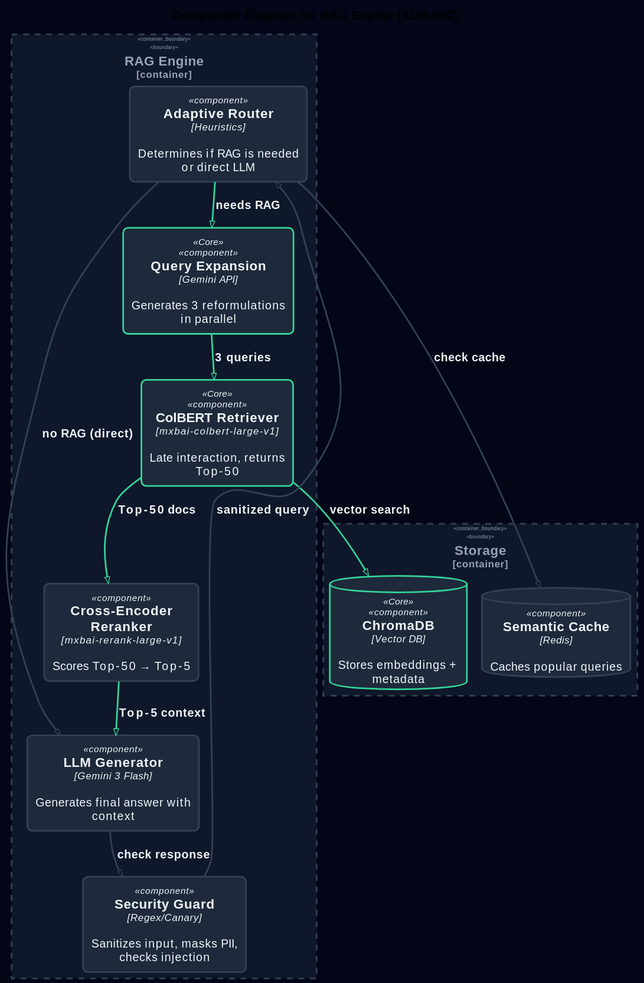
The PlantUML diagram docs/diagrams/img/component.svg in agredyaev/architecture-pro-quantum-forge, before a commit. Its diagram source:
```plantuml
@startuml
!pragma layout smetana
!include https://raw.githubusercontent.com/plantuml-stdlib/C4-PlantUML/master/C4_Component.puml
!include ../p3-c4-styles.puml

title Component Diagram for RAG Engine (ADR-002)

AddElementTag("Core", $borderColor=C_EMERALD400, $fontColor=C_TEXT)
AddRelTag("MainFlow", $lineColor=C_EMERALD400)

Container_Boundary(rag_boundary, "RAG Engine") {
    Component(router, "Adaptive Router", "Heuristics", "Determines if RAG is needed or direct LLM")
    Component(expander, "Query Expansion", "Gemini API", "Generates 3 reformulations in parallel", $tags="Core")
    Component(retriever, "ColBERT Retriever", "mxbai-colbert-large-v1", "Late interaction, returns Top-50", $tags="Core")
    Component(reranker, "Cross-Encoder Reranker", "mxbai-rerank-large-v1", "Scores Top-50 → Top-5")
    Component(generator, "LLM Generator", "Gemini 3 Flash", "Generates final answer with context")
    Component(security, "Security Guard", "Regex/Canary", "Sanitizes input, masks PII, checks injection")
}

Container_Boundary(storage, "Storage") {
    ComponentDb(chroma, "ChromaDB", "Vector DB", "Stores embeddings + metadata", $tags="Core")
    ComponentDb(cache, "Semantic Cache", "Redis", "Caches popular queries")
}

Rel(router, expander, "needs RAG", $tags="MainFlow")
Rel(router, generator, "no RAG (direct)")
Rel(expander, retriever, "3 queries", $tags="MainFlow")
Rel(retriever, chroma, "vector search", $tags="MainFlow")
Rel(retriever, reranker, "Top-50 docs", $tags="MainFlow")
Rel(reranker, generator, "Top-5 context", $tags="MainFlow")

Rel(security, router, "sanitized query")
Rel(generator, security, "check response")
Rel(router, cache, "check cache")
@enduml
```
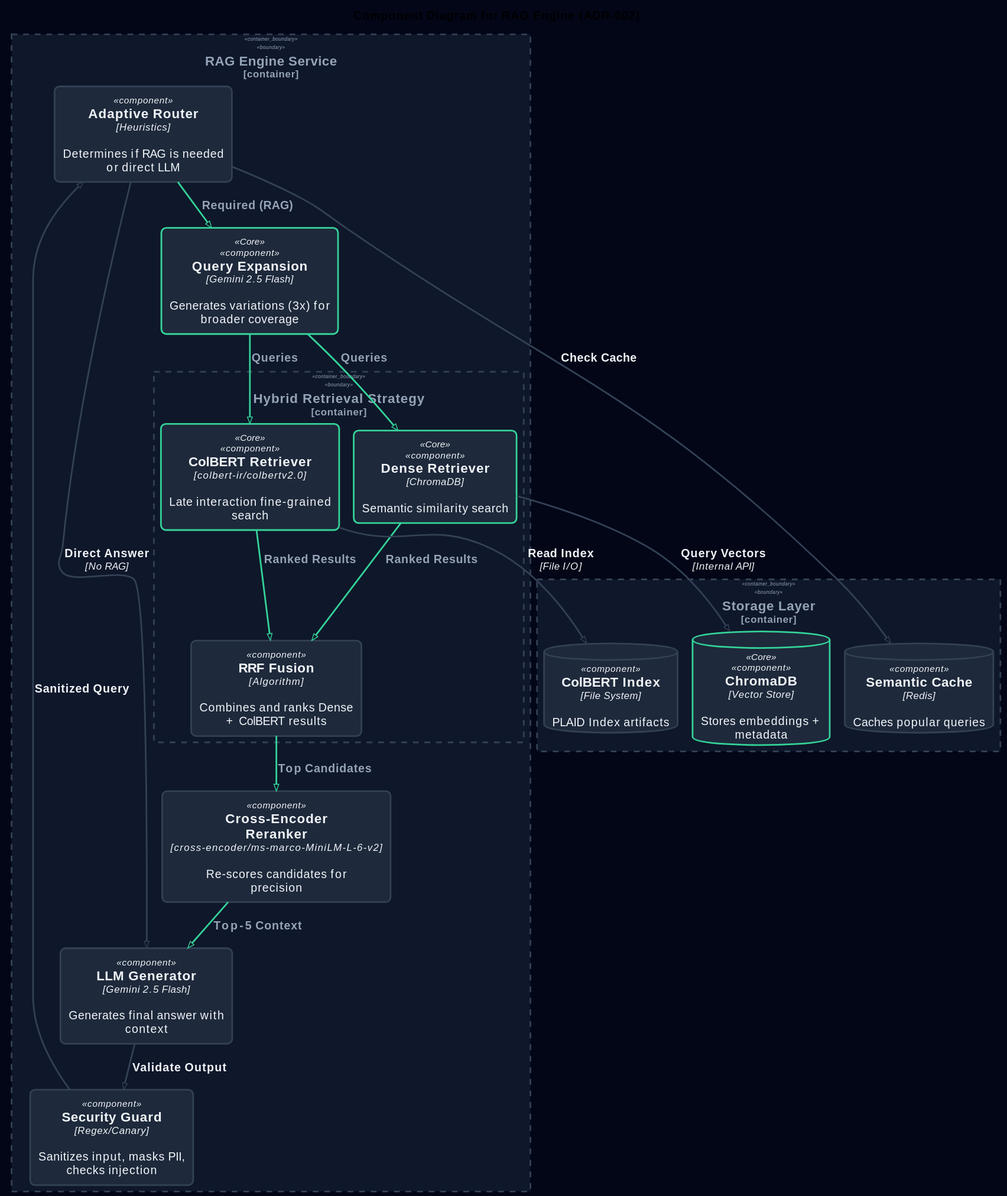
Above is the later version.

Diff of the diagram source:
```diff
@@ -6,30 +6,45 @@
 title Component Diagram for RAG Engine (ADR-002)
 
 AddElementTag("Core", $borderColor=C_EMERALD400, $fontColor=C_TEXT)
-AddRelTag("MainFlow", $lineColor=C_EMERALD400)
+AddRelTag("MainFlow", $lineColor=C_EMERALD400, $textColor=C_MUTED)
 
-Container_Boundary(rag_boundary, "RAG Engine") {
+Container_Boundary(rag_boundary, "RAG Engine Service") {
     Component(router, "Adaptive Router", "Heuristics", "Determines if RAG is needed or direct LLM")
-    Component(expander, "Query Expansion", "Gemini API", "Generates 3 reformulations in parallel", $tags="Core")
-    Component(retriever, "ColBERT Retriever", "mxbai-colbert-large-v1", "Late interaction, returns Top-50", $tags="Core")
-    Component(reranker, "Cross-Encoder Reranker", "mxbai-rerank-large-v1", "Scores Top-50 → Top-5")
-    Component(generator, "LLM Generator", "Gemini 3 Flash", "Generates final answer with context")
+    Component(expander, "Query Expansion", "Gemini 2.5 Flash", "Generates variations (3x) for broader coverage", $tags="Core")
+
+    Container_Boundary(retrieval_strat, "Hybrid Retrieval Strategy") {
+         Component(dense_retriever, "Dense Retriever", "ChromaDB", "Semantic similarity search", $tags="Core")
+         Component(colbert_retriever, "ColBERT Retriever", "colbert-ir/colbertv2.0", "Late interaction fine-grained search", $tags="Core")
+         Component(rrf_fusion, "RRF Fusion", "Algorithm", "Combines and ranks Dense + ColBERT results")
+    }
+
+    Component(reranker, "Cross-Encoder Reranker", "cross-encoder/ms-marco-MiniLM-L-6-v2", "Re-scores candidates for precision")
+    Component(generator, "LLM Generator", "Gemini 2.5 Flash", "Generates final answer with context")
     Component(security, "Security Guard", "Regex/Canary", "Sanitizes input, masks PII, checks injection")
 }
 
-Container_Boundary(storage, "Storage") {
-    ComponentDb(chroma, "ChromaDB", "Vector DB", "Stores embeddings + metadata", $tags="Core")
+Container_Boundary(storage, "Storage Layer") {
+    ComponentDb(chroma, "ChromaDB", "Vector Store", "Stores embeddings + metadata", $tags="Core")
+    ComponentDb(colbert_idx, "ColBERT Index", "File System", "PLAID Index artifacts")
     ComponentDb(cache, "Semantic Cache", "Redis", "Caches popular queries")
 }
 
-Rel(router, expander, "needs RAG", $tags="MainFlow")
-Rel(router, generator, "no RAG (direct)")
-Rel(expander, retriever, "3 queries", $tags="MainFlow")
-Rel(retriever, chroma, "vector search", $tags="MainFlow")
-Rel(retriever, reranker, "Top-50 docs", $tags="MainFlow")
-Rel(reranker, generator, "Top-5 context", $tags="MainFlow")
+Rel(router, expander, "Required (RAG)", $tags="MainFlow")
+Rel(router, generator, "Direct Answer", "No RAG")
 
-Rel(security, router, "sanitized query")
-Rel(generator, security, "check response")
-Rel(router, cache, "check cache")
+Rel(expander, dense_retriever, "Queries", $tags="MainFlow")
+Rel(expander, colbert_retriever, "Queries", $tags="MainFlow")
+
+Rel(dense_retriever, rrf_fusion, "Ranked Results", $tags="MainFlow")
+Rel(colbert_retriever, rrf_fusion, "Ranked Results", $tags="MainFlow")
+
+Rel(rrf_fusion, reranker, "Top Candidates", $tags="MainFlow")
+Rel(reranker, generator, "Top-5 Context", $tags="MainFlow")
+
+Rel(dense_retriever, chroma, "Query Vectors", "Internal API")
+Rel(colbert_retriever, colbert_idx, "Read Index", "File I/O")
+
+Rel(security, router, "Sanitized Query")
+Rel(generator, security, "Validate Output")
+Rel(router, cache, "Check Cache")
 @enduml
```
